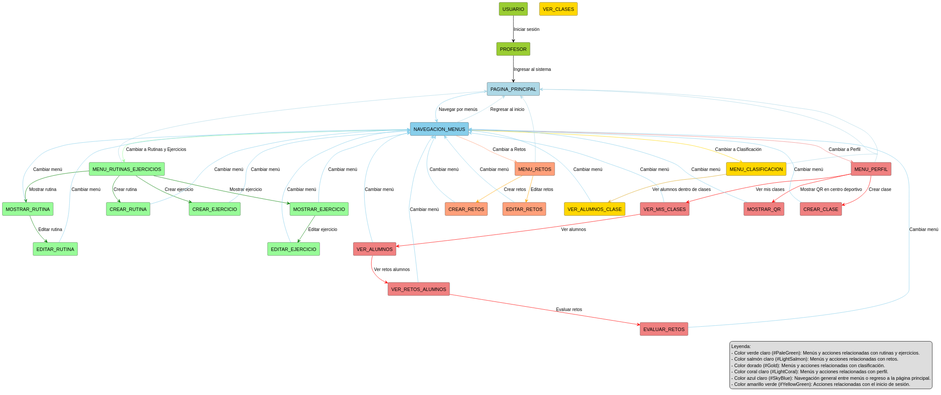
Above: Documentos/Imagenes/DiagramasContexto/ProfesorContexto.svg in mmasias/24-25-IdSw1-SDR (PlantUML), before the change.
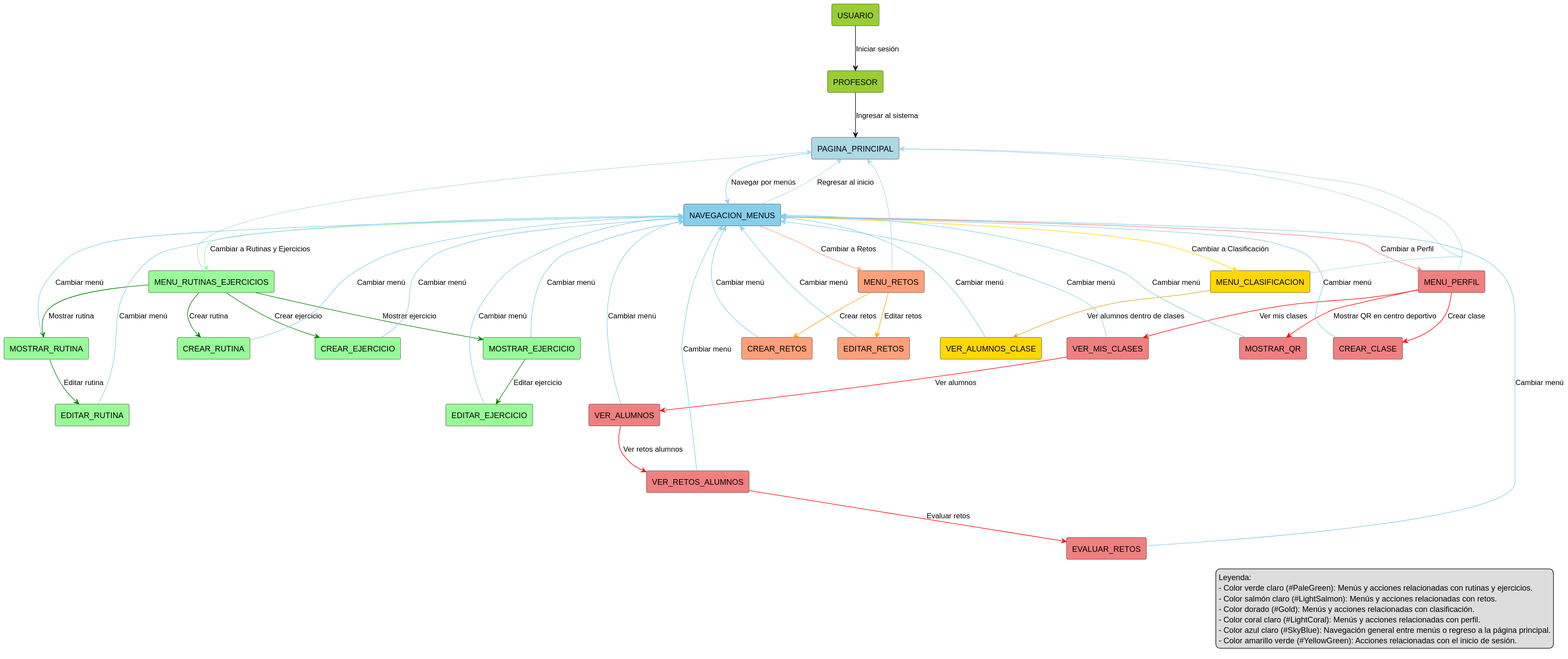
The same file after the commit.

Diff of the diagram source:
```diff
@@ -21,7 +21,6 @@
 RECTANGLE(CREAR_RETOS) #LightSalmon
 RECTANGLE(EDITAR_RETOS) #LightSalmon
 
-RECTANGLE(VER_CLASES) #Gold
 RECTANGLE(VER_ALUMNOS_CLASE) #Gold
 
 RECTANGLE(CREAR_CLASE) #LightCoral
```
